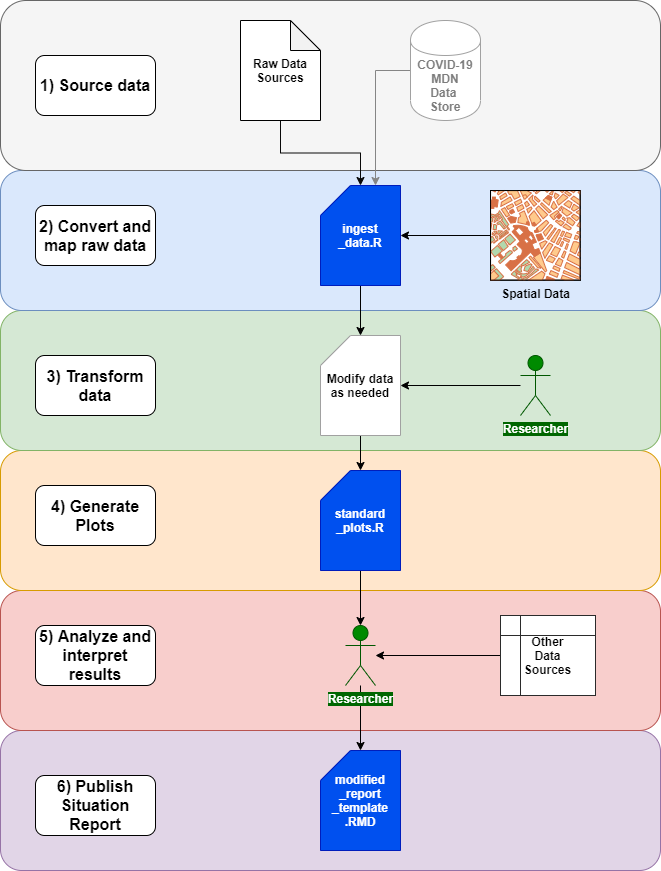
Earlier version of the draw.io export misc/workflow.png (COVID-19-Mobility-Data-Network/sitrep). Source tidied: cells renumbered, new cells last; positions are measured from the earlier drawing's top-left corner, leaving out a move shared by most shapes. Source of this version:
```xml
<mxGraphModel>
  <root>
    <mxCell id="0" />
    <mxCell id="1" parent="0" />
    <mxCell id="2" style="rounded=1;whiteSpace=wrap;html=1;strokeColor=#9673a6;fillColor=#e1d5e7;" parent="1" vertex="1">
      <mxGeometry y="730" width="660" height="140" as="geometry" />
    </mxCell>
    <mxCell id="3" style="rounded=1;whiteSpace=wrap;html=1;strokeColor=#b85450;fillColor=#f8cecc;" parent="1" vertex="1">
      <mxGeometry y="590" width="660" height="140" as="geometry" />
    </mxCell>
    <mxCell id="4" style="rounded=1;whiteSpace=wrap;html=1;strokeColor=#d79b00;fillColor=#ffe6cc;" parent="1" vertex="1">
      <mxGeometry y="450" width="660" height="140" as="geometry" />
    </mxCell>
    <mxCell id="5" style="rounded=1;whiteSpace=wrap;html=1;strokeColor=#82b366;fillColor=#d5e8d4;" parent="1" vertex="1">
      <mxGeometry y="310" width="660" height="140" as="geometry" />
    </mxCell>
    <mxCell id="6" style="rounded=1;whiteSpace=wrap;html=1;strokeColor=#6c8ebf;fillColor=#dae8fc;" parent="1" vertex="1">
      <mxGeometry y="170" width="660" height="140" as="geometry" />
    </mxCell>
    <mxCell id="7" style="rounded=1;whiteSpace=wrap;html=1;strokeColor=#666666;fillColor=#f5f5f5;fontColor=#333333;" parent="1" vertex="1">
      <mxGeometry width="660" height="170" as="geometry" />
    </mxCell>
    <mxCell id="8" style="edgeStyle=orthogonalEdgeStyle;rounded=0;jettySize=auto;html=1;strokeColor=#080808;" parent="1" edge="1" source="9" target="17">
      <mxGeometry relative="1" as="geometry" />
    </mxCell>
    <mxCell id="9" value="Raw Data Sources" style="shape=note;whiteSpace=wrap;html=1;backgroundOutline=1;darkOpacity=0.05;fontStyle=1;" parent="1" vertex="1">
      <mxGeometry x="240" y="20" width="80" height="100" as="geometry" />
    </mxCell>
    <mxCell id="10" value="&lt;font style=&quot;font-size: 16px&quot;&gt;2) Convert and map raw data&lt;/font&gt;" style="rounded=1;whiteSpace=wrap;html=1;fontStyle=1;" parent="1" vertex="1">
      <mxGeometry x="35" y="205" width="120" height="60" as="geometry" />
    </mxCell>
    <mxCell id="11" style="edgeStyle=orthogonalEdgeStyle;rounded=0;jettySize=auto;html=1;entryX=1;entryY=0.5;entryDx=0;entryDy=0;entryPerimeter=0;strokeColor=#000000;" parent="1" edge="1" source="12" target="17">
      <mxGeometry relative="1" as="geometry" />
    </mxCell>
    <mxCell id="12" value="&lt;b&gt;Spatial Data&lt;/b&gt;" style="verticalLabelPosition=bottom;shadow=0;dashed=0;align=center;html=1;verticalAlign=top;strokeWidth=1;shape=mxgraph.mockup.misc.map;" parent="1" vertex="1">
      <mxGeometry x="490" y="190" width="90" height="90" as="geometry" />
    </mxCell>
    <mxCell id="13" value="&lt;font style=&quot;font-size: 16px&quot;&gt;4) Generate Plots&lt;/font&gt;" style="rounded=1;whiteSpace=wrap;html=1;fontStyle=1;" parent="1" vertex="1">
      <mxGeometry x="35" y="485" width="120" height="60" as="geometry" />
    </mxCell>
    <mxCell id="14" value="&lt;font style=&quot;font-size: 16px&quot;&gt;5) Analyze and interpret results&lt;/font&gt;" style="rounded=1;whiteSpace=wrap;html=1;fontStyle=1;" parent="1" vertex="1">
      <mxGeometry x="35" y="625" width="120" height="60" as="geometry" />
    </mxCell>
    <mxCell id="15" value="&lt;font style=&quot;font-size: 16px&quot;&gt;3) Transform data&lt;/font&gt;" style="rounded=1;whiteSpace=wrap;html=1;fontStyle=1;" parent="1" vertex="1">
      <mxGeometry x="35" y="355" width="120" height="60" as="geometry" />
    </mxCell>
    <mxCell id="16" style="edgeStyle=orthogonalEdgeStyle;rounded=0;jettySize=auto;html=1;entryX=0.5;entryY=0;entryDx=0;entryDy=0;entryPerimeter=0;strokeColor=#000000;" parent="1" edge="1" source="17" target="20">
      <mxGeometry relative="1" as="geometry" />
    </mxCell>
    <mxCell id="17" value="&lt;b&gt;ingest&lt;br&gt;_data.R&lt;/b&gt;" style="shape=card;whiteSpace=wrap;html=1;strokeColor=#001DBC;fillColor=#0050ef;fontColor=#ffffff;" parent="1" vertex="1">
      <mxGeometry x="320" y="185" width="80" height="100" as="geometry" />
    </mxCell>
    <mxCell id="18" value="&lt;font style=&quot;font-size: 16px&quot;&gt;6) Publish Situation Report&lt;/font&gt;" style="rounded=1;whiteSpace=wrap;html=1;fontStyle=1;" parent="1" vertex="1">
      <mxGeometry x="35" y="775" width="120" height="60" as="geometry" />
    </mxCell>
    <mxCell id="19" style="edgeStyle=orthogonalEdgeStyle;rounded=0;jettySize=auto;html=1;strokeColor=#000000;" parent="1" edge="1" source="20" target="22">
      <mxGeometry relative="1" as="geometry" />
    </mxCell>
    <mxCell id="20" value="&lt;b&gt;Modify data&lt;br&gt;as needed&lt;/b&gt;" style="shape=card;whiteSpace=wrap;html=1;strokeColor=#A1A1A1;" parent="1" vertex="1">
      <mxGeometry x="320" y="335" width="80" height="100" as="geometry" />
    </mxCell>
    <mxCell id="21" style="edgeStyle=orthogonalEdgeStyle;rounded=0;jettySize=auto;html=1;entryX=0.5;entryY=0;entryDx=0;entryDy=0;entryPerimeter=0;strokeColor=#000000;" parent="1" edge="1" source="22" target="24">
      <mxGeometry relative="1" as="geometry" />
    </mxCell>
    <mxCell id="22" value="&lt;b&gt;standard&lt;br&gt;_plots.R&lt;/b&gt;" style="shape=card;whiteSpace=wrap;html=1;strokeColor=#001DBC;fillColor=#0050ef;fontColor=#ffffff;" parent="1" vertex="1">
      <mxGeometry x="320" y="470" width="80" height="100" as="geometry" />
    </mxCell>
    <mxCell id="23" style="edgeStyle=orthogonalEdgeStyle;rounded=0;jettySize=auto;html=1;entryX=0.5;entryY=0;entryDx=0;entryDy=0;entryPerimeter=0;strokeColor=#000000;" parent="1" edge="1" source="24" target="31">
      <mxGeometry relative="1" as="geometry" />
    </mxCell>
    <mxCell id="24" value="&lt;b style=&quot;background-color: rgb(0 , 102 , 0)&quot;&gt;Researcher&lt;/b&gt;" style="shape=umlActor;verticalLabelPosition=bottom;labelBackgroundColor=#ffffff;verticalAlign=top;html=1;outlineConnect=0;strokeColor=#005700;fillColor=#008a00;fontColor=#ffffff;" parent="1" vertex="1">
      <mxGeometry x="345" y="625" width="30" height="60" as="geometry" />
    </mxCell>
    <mxCell id="25" style="edgeStyle=orthogonalEdgeStyle;rounded=0;jettySize=auto;html=1;strokeColor=#000000;" parent="1" edge="1" source="26" target="24">
      <mxGeometry relative="1" as="geometry" />
    </mxCell>
    <mxCell id="26" value="&lt;b&gt;Other&lt;br&gt;Data&lt;br&gt;Sources&lt;br&gt;&lt;/b&gt;" style="shape=internalStorage;whiteSpace=wrap;html=1;backgroundOutline=1;strokeColor=#2B2B2B;" parent="1" vertex="1">
      <mxGeometry x="500" y="615" width="95" height="80" as="geometry" />
    </mxCell>
    <mxCell id="27" style="edgeStyle=orthogonalEdgeStyle;rounded=0;jettySize=auto;html=1;strokeColor=#000000;" parent="1" edge="1" source="28" target="20">
      <mxGeometry relative="1" as="geometry" />
    </mxCell>
    <mxCell id="28" value="&lt;b style=&quot;background-color: rgb(0 , 102 , 0)&quot;&gt;Researcher&lt;/b&gt;" style="shape=umlActor;verticalLabelPosition=bottom;labelBackgroundColor=#ffffff;verticalAlign=top;html=1;outlineConnect=0;strokeColor=#005700;fillColor=#008a00;fontColor=#ffffff;" parent="1" vertex="1">
      <mxGeometry x="520" y="355" width="30" height="60" as="geometry" />
    </mxCell>
    <mxCell id="29" style="edgeStyle=orthogonalEdgeStyle;rounded=0;jettySize=auto;html=1;entryX=0;entryY=0;entryDx=55;entryDy=0;entryPerimeter=0;strokeColor=#858585;" parent="1" edge="1" source="30" target="17">
      <mxGeometry relative="1" as="geometry" />
    </mxCell>
    <mxCell id="30" value="&lt;font color=&quot;#7d7d7d&quot;&gt;COVID-19&lt;br&gt;MDN&lt;br&gt;Data&amp;nbsp;&lt;br&gt;Store&lt;/font&gt;" style="shape=cylinder;whiteSpace=wrap;html=1;boundedLbl=1;backgroundOutline=1;fontStyle=1;strokeColor=#A1A1A1;" parent="1" vertex="1">
      <mxGeometry x="410" y="20" width="70" height="100" as="geometry" />
    </mxCell>
    <mxCell id="31" value="&lt;b&gt;modified&lt;br&gt;_report&lt;br&gt;_template&lt;br&gt;.RMD&lt;/b&gt;" style="shape=card;whiteSpace=wrap;html=1;strokeColor=#001DBC;fillColor=#0050ef;fontColor=#ffffff;" parent="1" vertex="1">
      <mxGeometry x="320" y="750" width="80" height="100" as="geometry" />
    </mxCell>
    <mxCell id="32" value="&lt;font style=&quot;font-size: 16px&quot;&gt;1) Source data&lt;/font&gt;" style="rounded=1;whiteSpace=wrap;html=1;fontStyle=1;" parent="1" vertex="1">
      <mxGeometry x="35" y="55" width="120" height="60" as="geometry" />
    </mxCell>
  </root>
</mxGraphModel>
```
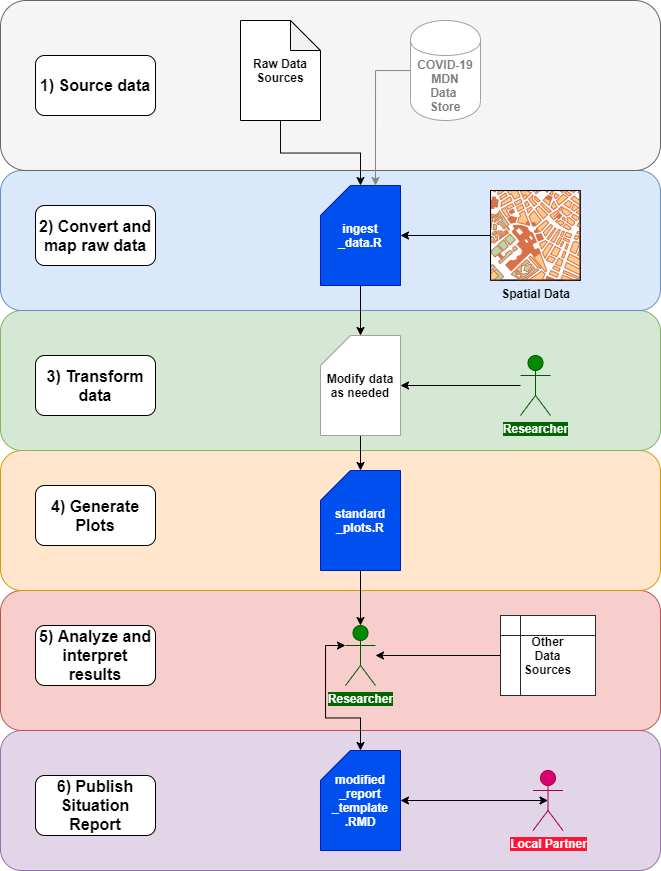
The same file after the commit.

Change to the diagram source:
```diff
@@ -65,7 +65,7 @@
     <mxCell id="22" value="&lt;b&gt;standard&lt;br&gt;_plots.R&lt;/b&gt;" style="shape=card;whiteSpace=wrap;html=1;strokeColor=#001DBC;fillColor=#0050ef;fontColor=#ffffff;" parent="1" vertex="1">
       <mxGeometry x="320" y="470" width="80" height="100" as="geometry" />
     </mxCell>
-    <mxCell id="23" style="edgeStyle=orthogonalEdgeStyle;rounded=0;jettySize=auto;html=1;entryX=0.5;entryY=0;entryDx=0;entryDy=0;entryPerimeter=0;strokeColor=#000000;" parent="1" edge="1" source="24" target="31">
+    <mxCell id="23" style="edgeStyle=orthogonalEdgeStyle;rounded=0;jettySize=auto;html=1;entryX=0.5;entryY=0;entryDx=0;entryDy=0;entryPerimeter=0;strokeColor=#000000;startArrow=classic;startFill=1;exitX=0;exitY=0.3333333333333333;exitDx=0;exitDy=0;exitPerimeter=0;" parent="1" edge="1" source="24" target="31">
       <mxGeometry relative="1" as="geometry" />
     </mxCell>
     <mxCell id="24" value="&lt;b style=&quot;background-color: rgb(0 , 102 , 0)&quot;&gt;Researcher&lt;/b&gt;" style="shape=umlActor;verticalLabelPosition=bottom;labelBackgroundColor=#ffffff;verticalAlign=top;html=1;outlineConnect=0;strokeColor=#005700;fillColor=#008a00;fontColor=#ffffff;" parent="1" vertex="1">
@@ -89,11 +89,17 @@
     <mxCell id="30" value="&lt;font color=&quot;#7d7d7d&quot;&gt;COVID-19&lt;br&gt;MDN&lt;br&gt;Data&amp;nbsp;&lt;br&gt;Store&lt;/font&gt;" style="shape=cylinder;whiteSpace=wrap;html=1;boundedLbl=1;backgroundOutline=1;fontStyle=1;strokeColor=#A1A1A1;" parent="1" vertex="1">
       <mxGeometry x="410" y="20" width="70" height="100" as="geometry" />
     </mxCell>
+    <mxCell id="33" style="edgeStyle=orthogonalEdgeStyle;rounded=0;jettySize=auto;html=1;entryX=0.5;entryY=0.5;entryDx=0;entryDy=0;entryPerimeter=0;startArrow=classic;startFill=1;" parent="1" edge="1" source="31" target="34">
+      <mxGeometry relative="1" as="geometry" />
+    </mxCell>
     <mxCell id="31" value="&lt;b&gt;modified&lt;br&gt;_report&lt;br&gt;_template&lt;br&gt;.RMD&lt;/b&gt;" style="shape=card;whiteSpace=wrap;html=1;strokeColor=#001DBC;fillColor=#0050ef;fontColor=#ffffff;" parent="1" vertex="1">
       <mxGeometry x="320" y="750" width="80" height="100" as="geometry" />
     </mxCell>
     <mxCell id="32" value="&lt;font style=&quot;font-size: 16px&quot;&gt;1) Source data&lt;/font&gt;" style="rounded=1;whiteSpace=wrap;html=1;fontStyle=1;" parent="1" vertex="1">
       <mxGeometry x="35" y="55" width="120" height="60" as="geometry" />
     </mxCell>
+    <mxCell id="34" value="&lt;b style=&quot;background-color: rgb(255 , 20 , 52)&quot;&gt;Local Partner&lt;/b&gt;" style="shape=umlActor;verticalLabelPosition=bottom;labelBackgroundColor=#ffffff;verticalAlign=top;html=1;outlineConnect=0;strokeColor=#A50040;fillColor=#d80073;fontColor=#ffffff;" parent="1" vertex="1">
+      <mxGeometry x="532.5" y="770" width="30" height="60" as="geometry" />
+    </mxCell>
   </root>
 </mxGraphModel>
```
